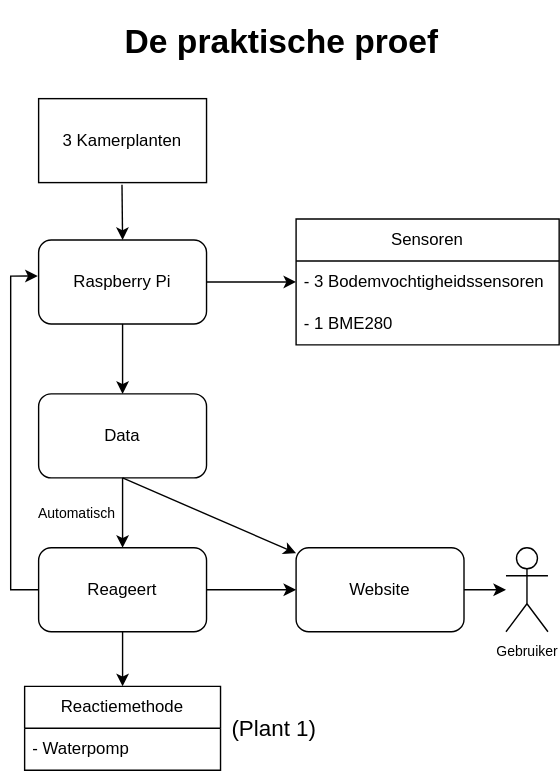
This is flowchart.svg from Celarye/syfinalproject, a draw.io export, as it was before one commit. Source tidied: cells renumbered, new cells last; positions are measured from the earlier drawing's top-left corner, leaving out a move shared by most shapes.
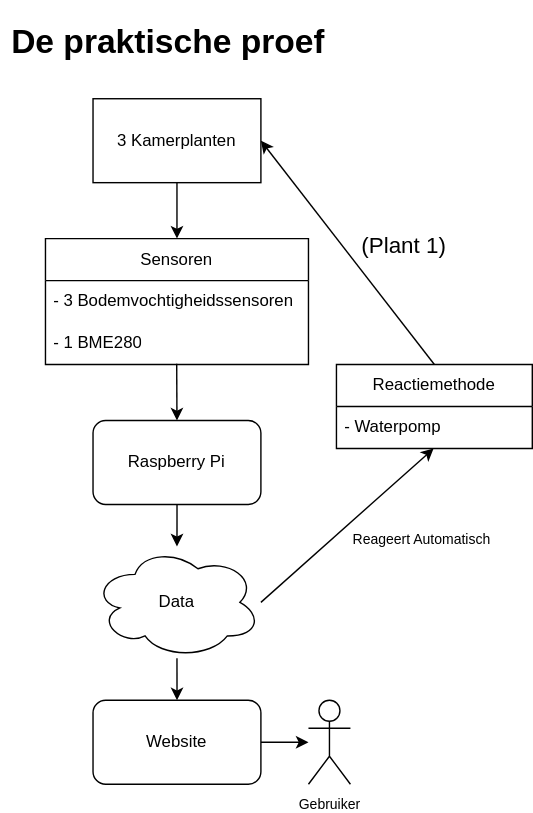
After the commit.

What changed in the source:
```diff
@@ -3,41 +3,40 @@
     <mxCell id="0" />
     <mxCell id="1" parent="0" />
     <mxCell id="2" value="&lt;h1&gt;De praktische proef&lt;/h1&gt;" style="text;html=1;strokeColor=none;fillColor=none;spacing=5;spacingTop=-20;whiteSpace=wrap;overflow=hidden;rounded=0;align=center;" parent="1" vertex="1">
-      <mxGeometry x="74" width="240" height="40" as="geometry" />
+      <mxGeometry x="-46" width="240" height="40" as="geometry" />
     </mxCell>
-    <mxCell id="3" style="endArrow=classic;html=1;rounded=0;exitX=0.497;exitY=1.018;exitDx=0;exitDy=0;exitPerimeter=0;entryX=0.5;entryY=0;entryDx=0;entryDy=0;" parent="1" edge="1" target="5">
-      <mxGeometry relative="1" as="geometry">
-        <mxPoint x="79.6" y="121.5" as="sourcePoint" />
-      </mxGeometry>
-    </mxCell>
-    <mxCell id="4" style="edgeStyle=orthogonalEdgeStyle;rounded=0;jettySize=auto;html=1;entryX=0;entryY=0.5;entryDx=0;entryDy=0;" parent="1" edge="1" source="5" target="13">
-      <mxGeometry relative="1" as="geometry" />
-    </mxCell>
+    <mxCell id="7" style="edgeStyle=orthogonalEdgeStyle;rounded=0;jettySize=auto;html=1;" parent="1" edge="1" source="5" target="6">
+      <mxGeometry relative="1" as="geometry" />
+    </mxCell>
     <mxCell id="5" value="&lt;font style=&quot;border-color: var(--border-color); font-size: 12px;&quot;&gt;Raspberry Pi&lt;br&gt;&lt;/font&gt;" style="rounded=1;whiteSpace=wrap;html=1;" parent="1" vertex="1">
-      <mxGeometry x="20" y="161" width="120" height="60" as="geometry" />
+      <mxGeometry x="20" y="290" width="120" height="60" as="geometry" />
     </mxCell>
-    <mxCell id="6" value="&lt;font style=&quot;font-size: 12px;&quot;&gt;Data&lt;br&gt;&lt;/font&gt;" style="rounded=1;whiteSpace=wrap;html=1;fontSize=5;" parent="1" vertex="1">
-      <mxGeometry x="20" y="271" width="120" height="60" as="geometry" />
-    </mxCell>
-    <mxCell id="7" style="endArrow=classic;html=1;rounded=0;fontSize=5;exitX=0.5;exitY=1;exitDx=0;exitDy=0;" parent="1" edge="1" source="5" target="6">
-      <mxGeometry relative="1" as="geometry" />
-    </mxCell>
     <mxCell id="8" style="edgeStyle=orthogonalEdgeStyle;rounded=0;jettySize=auto;html=1;fontSize=12;" parent="1" edge="1" source="9" target="11">
       <mxGeometry relative="1" as="geometry" />
     </mxCell>
     <mxCell id="9" value="&lt;font style=&quot;font-size: 12px;&quot;&gt;Website&lt;br&gt;&lt;/font&gt;" style="rounded=1;whiteSpace=wrap;html=1;fontSize=5;" parent="1" vertex="1">
-      <mxGeometry x="204" y="381" width="120" height="60" as="geometry" />
+      <mxGeometry x="20" y="490" width="120" height="60" as="geometry" />
     </mxCell>
-    <mxCell id="10" style="endArrow=classic;html=1;rounded=0;fontSize=5;exitX=0.5;exitY=1;exitDx=0;exitDy=0;" parent="1" edge="1" target="9">
-      <mxGeometry relative="1" as="geometry">
-        <mxPoint x="80" y="331" as="sourcePoint" />
-      </mxGeometry>
-    </mxCell>
     <mxCell id="11" value="&lt;font style=&quot;font-size: 10px;&quot;&gt;Gebruiker&lt;/font&gt;" style="shape=umlActor;verticalLabelPosition=bottom;verticalAlign=top;html=1;outlineConnect=0;fontSize=12;" parent="1" vertex="1">
-      <mxGeometry x="354" y="381" width="30" height="60" as="geometry" />
+      <mxGeometry x="174" y="490" width="30" height="60" as="geometry" />
     </mxCell>
+    <mxCell id="19" value="&lt;font style=&quot;font-size: 10px;&quot;&gt;Reageert Automatisch&lt;/font&gt;" style="text;html=1;align=left;verticalAlign=middle;strokeColor=none;fillColor=none;fontSize=12;" parent="1" vertex="1">
+      <mxGeometry x="204" y="360" width="120" height="30" as="geometry" />
+    </mxCell>
+    <mxCell id="20" value="Reactiemethode" style="swimlane;fontStyle=0;horizontal=1;startSize=30;whiteSpace=wrap;html=1;" parent="1" vertex="1">
+      <mxGeometry x="194" y="250" width="140" height="60" as="geometry" />
+    </mxCell>
+    <mxCell id="21" value="- Waterpomp" style="text;strokeColor=none;fillColor=none;align=left;verticalAlign=middle;spacingLeft=4;spacingRight=4;overflow=hidden;points=[[0,0.5],[1,0.5]];portConstraint=eastwest;whiteSpace=wrap;html=1;" parent="20" vertex="1">
+      <mxGeometry y="30" width="140" height="30" as="geometry" />
+    </mxCell>
+    <mxCell id="23" value="3 Kamerplanten" style="rounded=0;whiteSpace=wrap;html=1;" parent="1" vertex="1">
+      <mxGeometry x="20" y="60" width="120" height="60" as="geometry" />
+    </mxCell>
+    <mxCell id="24" value="(Plant 1)" style="text;html=1;strokeColor=none;fillColor=none;align=center;verticalAlign=middle;whiteSpace=wrap;rounded=0;fontSize=16;" parent="1" vertex="1">
+      <mxGeometry x="204" y="150" width="77" height="30" as="geometry" />
+    </mxCell>
     <mxCell id="12" value="Sensoren" style="swimlane;fontStyle=0;horizontal=1;startSize=30;whiteSpace=wrap;html=1;" parent="1" vertex="1">
-      <mxGeometry x="204" y="146" width="188" height="90" as="geometry" />
+      <mxGeometry x="-14" y="160" width="188" height="90" as="geometry" />
     </mxCell>
     <mxCell id="13" value="&lt;span style=&quot;background-color: initial;&quot;&gt;- 3 Bodemvochtigheidssensoren&lt;/span&gt;" style="text;strokeColor=none;fillColor=none;align=left;verticalAlign=middle;spacingLeft=4;spacingRight=4;overflow=hidden;points=[[0,0.5],[1,0.5]];portConstraint=eastwest;whiteSpace=wrap;html=1;" parent="12" vertex="1">
       <mxGeometry y="30" width="188" height="30" as="geometry" />
@@ -45,41 +44,25 @@
     <mxCell id="14" value="- 1 BME280" style="text;strokeColor=none;fillColor=none;align=left;verticalAlign=middle;spacingLeft=4;spacingRight=4;overflow=hidden;points=[[0,0.5],[1,0.5]];portConstraint=eastwest;whiteSpace=wrap;html=1;" parent="12" vertex="1">
       <mxGeometry y="60" width="188" height="30" as="geometry" />
     </mxCell>
-    <mxCell id="15" style="edgeStyle=orthogonalEdgeStyle;rounded=0;jettySize=auto;html=1;fontSize=10;" parent="1" edge="1" source="17">
-      <mxGeometry relative="1" as="geometry">
-        <mxPoint x="19.4" y="186.8" as="targetPoint" />
-        <Array as="points">
-          <mxPoint y="411" />
-          <mxPoint y="187" />
-        </Array>
-      </mxGeometry>
-    </mxCell>
-    <mxCell id="16" style="edgeStyle=orthogonalEdgeStyle;rounded=0;jettySize=auto;html=1;exitX=0.5;exitY=1;exitDx=0;exitDy=0;entryX=0.5;entryY=0;entryDx=0;entryDy=0;" parent="1" edge="1" source="17" target="20">
-      <mxGeometry relative="1" as="geometry" />
-    </mxCell>
-    <mxCell id="17" value="&lt;font style=&quot;font-size: 12px;&quot;&gt;Reageert&lt;br&gt;&lt;/font&gt;" style="rounded=1;whiteSpace=wrap;html=1;fontSize=5;" parent="1" vertex="1">
-      <mxGeometry x="20" y="381" width="120" height="60" as="geometry" />
-    </mxCell>
-    <mxCell id="18" style="endArrow=classic;html=1;rounded=0;fontSize=5;exitX=0.5;exitY=1;exitDx=0;exitDy=0;" parent="1" edge="1" source="6" target="17">
-      <mxGeometry relative="1" as="geometry" />
-    </mxCell>
-    <mxCell id="19" value="&lt;font style=&quot;font-size: 10px;&quot;&gt;Automatisch&lt;/font&gt;" style="text;html=1;align=left;verticalAlign=middle;strokeColor=none;fillColor=none;fontSize=12;" parent="1" vertex="1">
-      <mxGeometry x="18" y="343" width="73" height="26" as="geometry" />
-    </mxCell>
-    <mxCell id="20" value="Reactiemethode" style="swimlane;fontStyle=0;horizontal=1;startSize=30;whiteSpace=wrap;html=1;" parent="1" vertex="1">
-      <mxGeometry x="10" y="480" width="140" height="60" as="geometry" />
-    </mxCell>
-    <mxCell id="21" value="- Waterpomp" style="text;strokeColor=none;fillColor=none;align=left;verticalAlign=middle;spacingLeft=4;spacingRight=4;overflow=hidden;points=[[0,0.5],[1,0.5]];portConstraint=eastwest;whiteSpace=wrap;html=1;" parent="20" vertex="1">
-      <mxGeometry y="30" width="140" height="30" as="geometry" />
-    </mxCell>
-    <mxCell id="22" style="endArrow=classic;html=1;rounded=0;exitX=1;exitY=0.5;exitDx=0;exitDy=0;entryX=0;entryY=0.5;entryDx=0;entryDy=0;" parent="1" edge="1" source="17" target="9">
-      <mxGeometry relative="1" as="geometry" />
-    </mxCell>
-    <mxCell id="23" value="3 Kamerplanten" style="rounded=0;whiteSpace=wrap;html=1;" parent="1" vertex="1">
-      <mxGeometry x="20" y="60" width="120" height="60" as="geometry" />
-    </mxCell>
-    <mxCell id="24" value="(Plant 1)" style="text;html=1;strokeColor=none;fillColor=none;align=center;verticalAlign=middle;whiteSpace=wrap;rounded=0;fontSize=16;" parent="1" vertex="1">
-      <mxGeometry x="150" y="495" width="77" height="30" as="geometry" />
-    </mxCell>
+    <mxCell id="25" style="endArrow=classic;html=1;rounded=0;exitX=0.5;exitY=1;exitDx=0;exitDy=0;entryX=0.5;entryY=0;entryDx=0;entryDy=0;" parent="1" edge="1" source="23" target="12">
+      <mxGeometry relative="1" as="geometry" />
+    </mxCell>
+    <mxCell id="26" style="endArrow=classic;html=1;rounded=0;exitX=1;exitY=0.5;exitDx=0;exitDy=0;entryX=0.496;entryY=1;entryDx=0;entryDy=0;entryPerimeter=0;" parent="1" edge="1" target="21">
+      <mxGeometry relative="1" as="geometry">
+        <mxPoint x="140" y="420" as="sourcePoint" />
+      </mxGeometry>
+    </mxCell>
+    <mxCell id="27" style="endArrow=classic;html=1;rounded=0;exitX=0.5;exitY=0;exitDx=0;exitDy=0;entryX=1;entryY=0.5;entryDx=0;entryDy=0;" parent="1" edge="1" source="20" target="23">
+      <mxGeometry relative="1" as="geometry" />
+    </mxCell>
+    <mxCell id="28" style="endArrow=classic;html=1;rounded=0;entryX=0.5;entryY=0;entryDx=0;entryDy=0;exitX=0.499;exitY=0.984;exitDx=0;exitDy=0;exitPerimeter=0;" parent="1" edge="1" source="14" target="5">
+      <mxGeometry relative="1" as="geometry" />
+    </mxCell>
+    <mxCell id="29" style="edgeStyle=orthogonalEdgeStyle;rounded=0;jettySize=auto;html=1;" parent="1" edge="1" source="6" target="9">
+      <mxGeometry relative="1" as="geometry" />
+    </mxCell>
+    <mxCell id="6" value="Data" style="ellipse;shape=cloud;whiteSpace=wrap;html=1;" parent="1" vertex="1">
+      <mxGeometry x="20" y="380" width="120" height="80" as="geometry" />
+    </mxCell>
   </root>
 </mxGraphModel>
```
